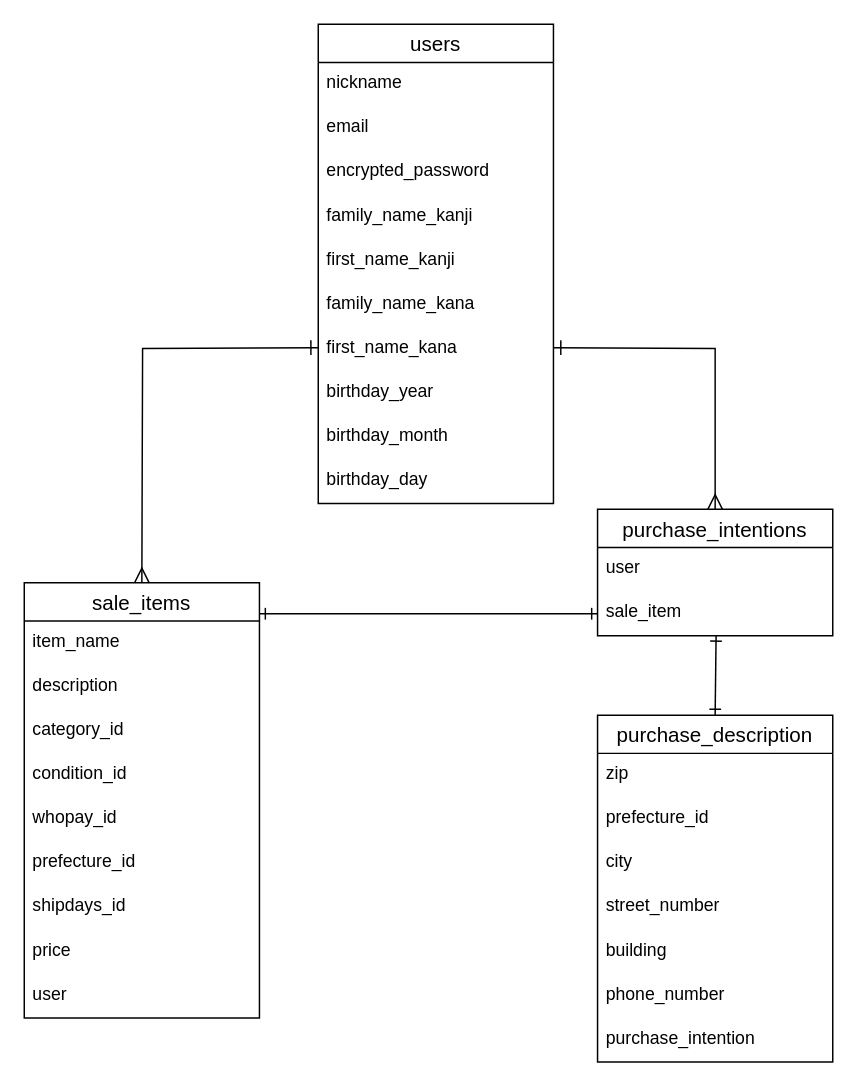
Earlier version of the draw.io diagram furimaER.dio (AkasakA8527/furima-40146). Source tidied: cells renumbered, new cells numbered last; positions are measured from the earlier drawing's top-left corner, leaving out a move shared by most shapes. Both pictures are drawn from the tidied source at 147%, with x=0, y=0 at pixel (24, 24).
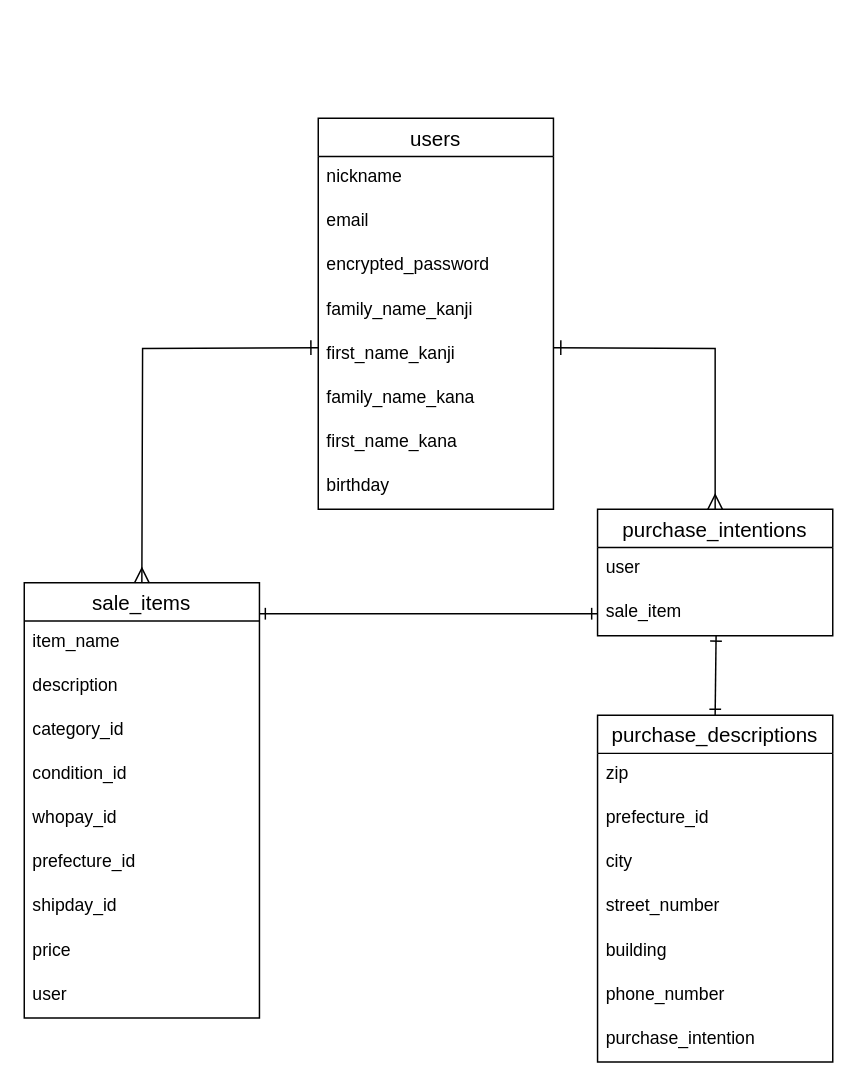
The same page after the edit.

Unchanged cells that the change refers to:
```xml
<mxCell id="13" value="sale_items" style="swimlane;fontStyle=0;horizontal=1;startSize=26;align=center;fontSize=14;" parent="1" vertex="1">
  <mxGeometry y="380" width="160" height="296" as="geometry" />
</mxCell>
```

What changed in the source:
```diff
@@
     <mxCell id="2" value="users" style="swimlane;fontStyle=0;horizontal=1;startSize=26;align=center;fontSize=14;" parent="1" vertex="1">
-      <mxGeometry x="200" width="160" height="326" as="geometry" />
+      <mxGeometry x="200" y="64" width="160" height="266" as="geometry" />
     </mxCell>
@@
-    <mxCell id="10" value="birthday_year" style="text;strokeColor=none;fillColor=none;spacingLeft=4;spacingRight=4;overflow=hidden;fontSize=12;" parent="2" vertex="1">
+    <mxCell id="10" value="birthday" style="text;strokeColor=none;fillColor=none;spacingLeft=4;spacingRight=4;overflow=hidden;fontSize=12;" parent="2" vertex="1">
       <mxGeometry y="236" width="160" height="30" as="geometry" />
     </mxCell>
-    <mxCell id="11" value="birthday_month" style="text;strokeColor=none;fillColor=none;spacingLeft=4;spacingRight=4;overflow=hidden;fontSize=12;" parent="2" vertex="1">
-      <mxGeometry y="266" width="160" height="30" as="geometry" />
-    </mxCell>
-    <mxCell id="12" value="birthday_day" style="text;strokeColor=none;fillColor=none;spacingLeft=4;spacingRight=4;overflow=hidden;fontSize=12;" parent="2" vertex="1">
-      <mxGeometry y="296" width="160" height="30" as="geometry" />
-    </mxCell>
@@
-    <mxCell id="20" value="shipdays_id" style="text;strokeColor=none;fillColor=none;spacingLeft=4;spacingRight=4;overflow=hidden;fontSize=12;" parent="13" vertex="1">
+    <mxCell id="20" value="shipday_id" style="text;strokeColor=none;fillColor=none;spacingLeft=4;spacingRight=4;overflow=hidden;fontSize=12;" parent="13" vertex="1">
       <mxGeometry y="206" width="160" height="30" as="geometry" />
     </mxCell>
@@
-    <mxCell id="23" value="purchase_description" style="swimlane;fontStyle=0;horizontal=1;startSize=26;align=center;fontSize=14;" parent="1" vertex="1">
+    <mxCell id="23" value="purchase_descriptions" style="swimlane;fontStyle=0;horizontal=1;startSize=26;align=center;fontSize=14;" parent="1" vertex="1">
       <mxGeometry x="390" y="470" width="160" height="236" as="geometry" />
     </mxCell>
```
